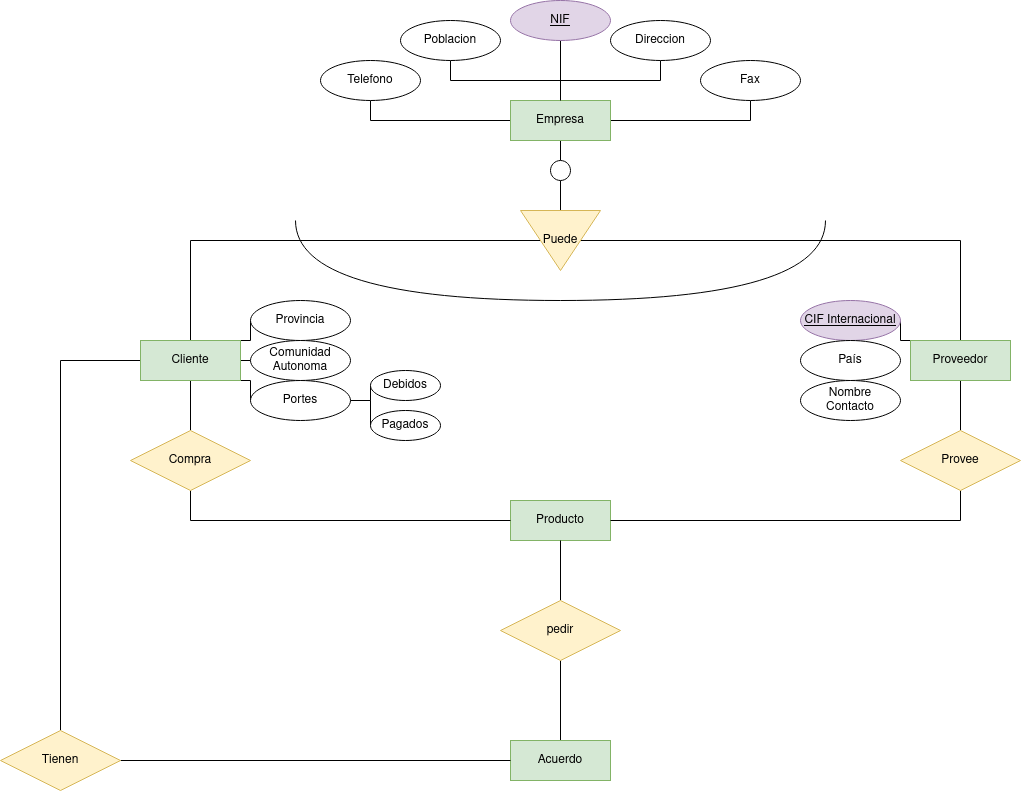
Before: Unidad-1/Tareas/Tarea-evaluable4/tarea4.drawio.png, a diagram exported from draw.io (jdrguez/2-Daw). Source tidied: cells renumbered, new cells last; positions are measured from the earlier drawing's top-left corner, leaving out a move shared by most shapes.
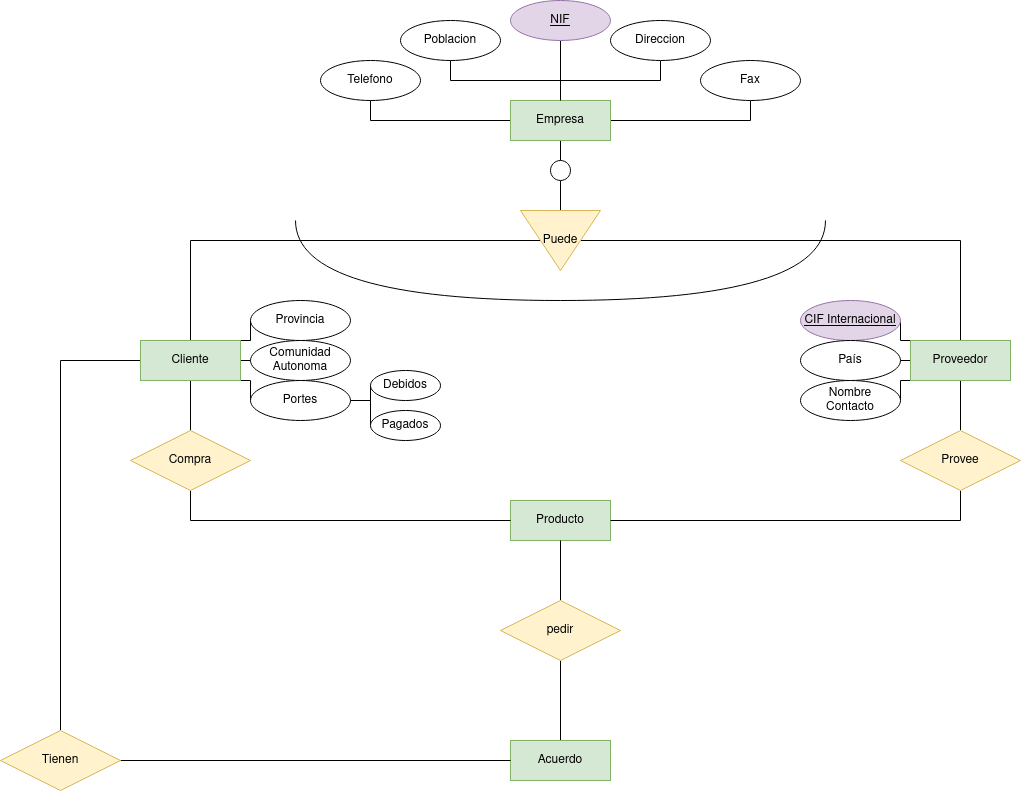
The same diagram one commit later.

The edit, as a diff of the source:
```diff
@@ -59,6 +59,12 @@
     <mxCell id="20" style="edgeStyle=orthogonalEdgeStyle;rounded=0;jettySize=auto;html=1;exitX=0;exitY=0;exitDx=0;exitDy=0;entryX=1;entryY=0.5;entryDx=0;entryDy=0;endArrow=none;endFill=0;" parent="1" edge="1" source="21" target="47">
       <mxGeometry relative="1" as="geometry" />
     </mxCell>
+    <mxCell id="50" style="edgeStyle=orthogonalEdgeStyle;rounded=0;jettySize=auto;html=1;exitX=0;exitY=0.5;exitDx=0;exitDy=0;entryX=1;entryY=0.5;entryDx=0;entryDy=0;endArrow=none;endFill=0;" parent="1" edge="1" source="21" target="48">
+      <mxGeometry relative="1" as="geometry" />
+    </mxCell>
+    <mxCell id="51" style="edgeStyle=orthogonalEdgeStyle;rounded=0;jettySize=auto;html=1;exitX=0;exitY=1;exitDx=0;exitDy=0;entryX=1;entryY=0.5;entryDx=0;entryDy=0;endArrow=none;endFill=0;" parent="1" edge="1" source="21" target="49">
+      <mxGeometry relative="1" as="geometry" />
+    </mxCell>
     <mxCell id="21" value="Proveedor" style="whiteSpace=wrap;html=1;align=center;fillColor=#d5e8d4;strokeColor=#82b366;" parent="1" vertex="1">
       <mxGeometry x="910" y="340" width="100" height="40" as="geometry" />
     </mxCell>
```
